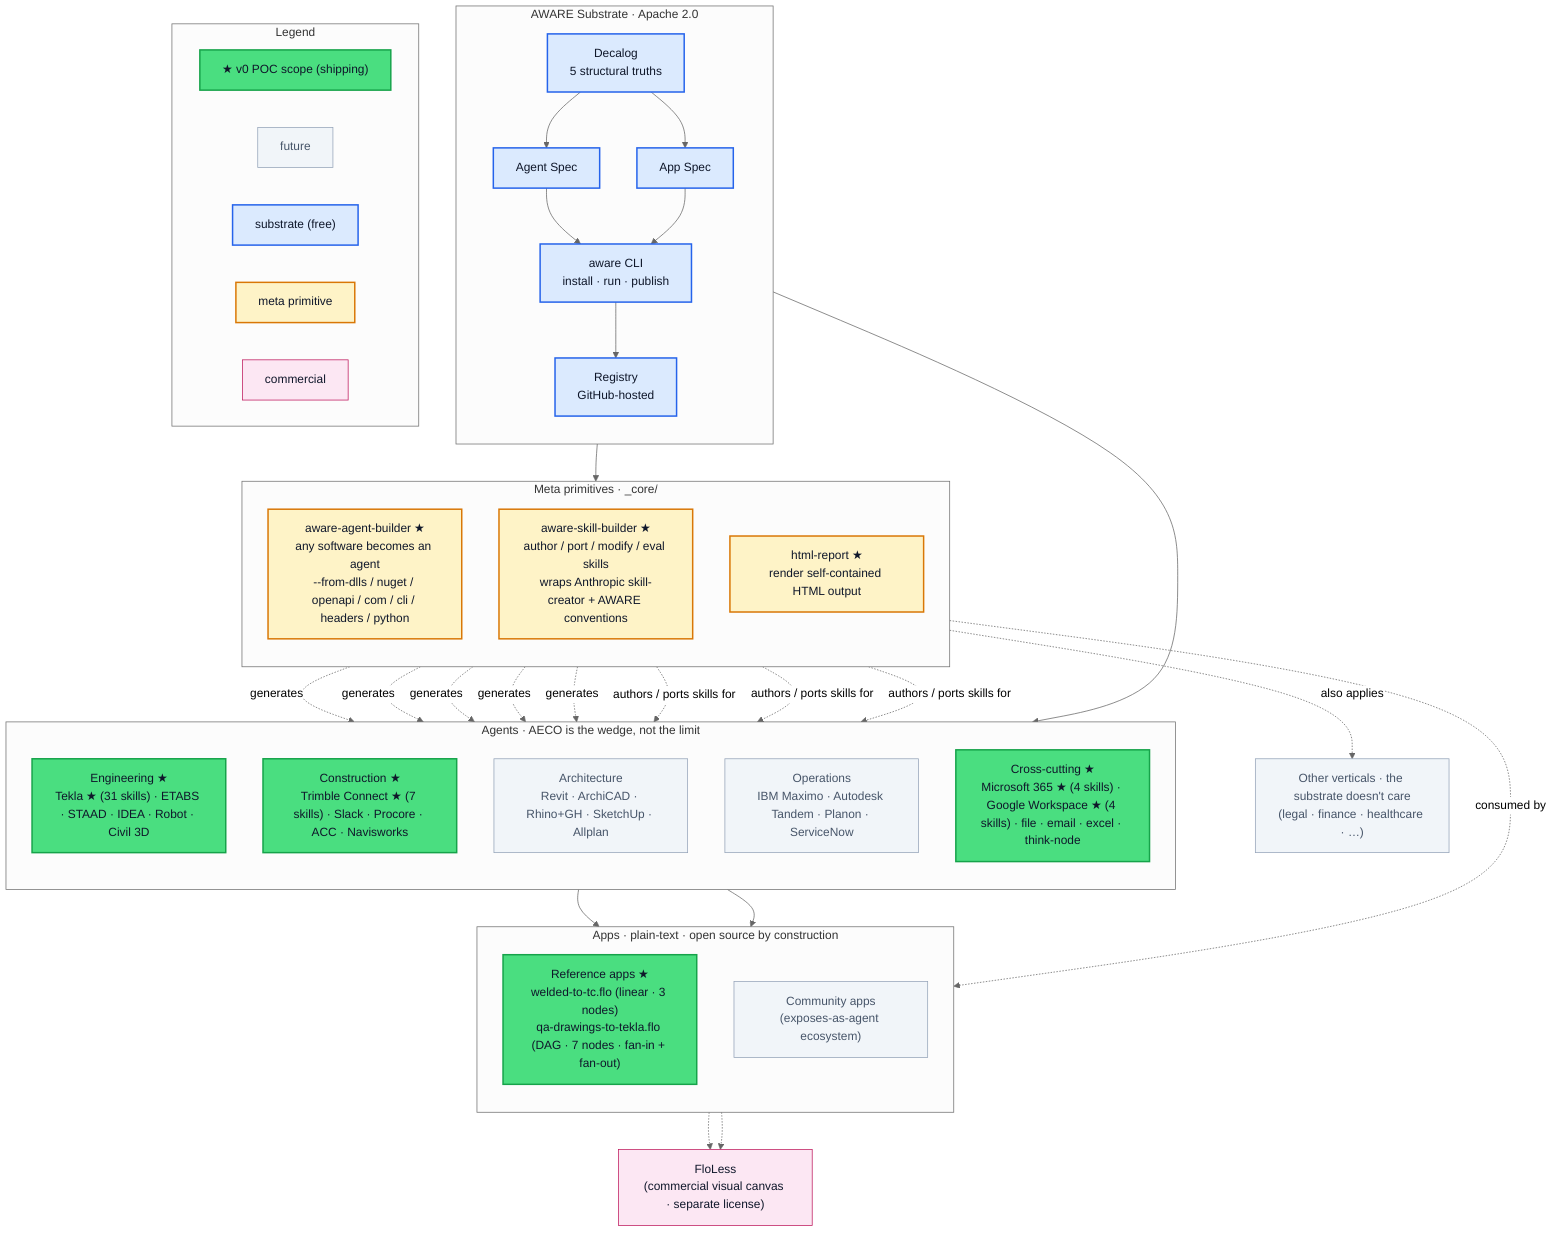
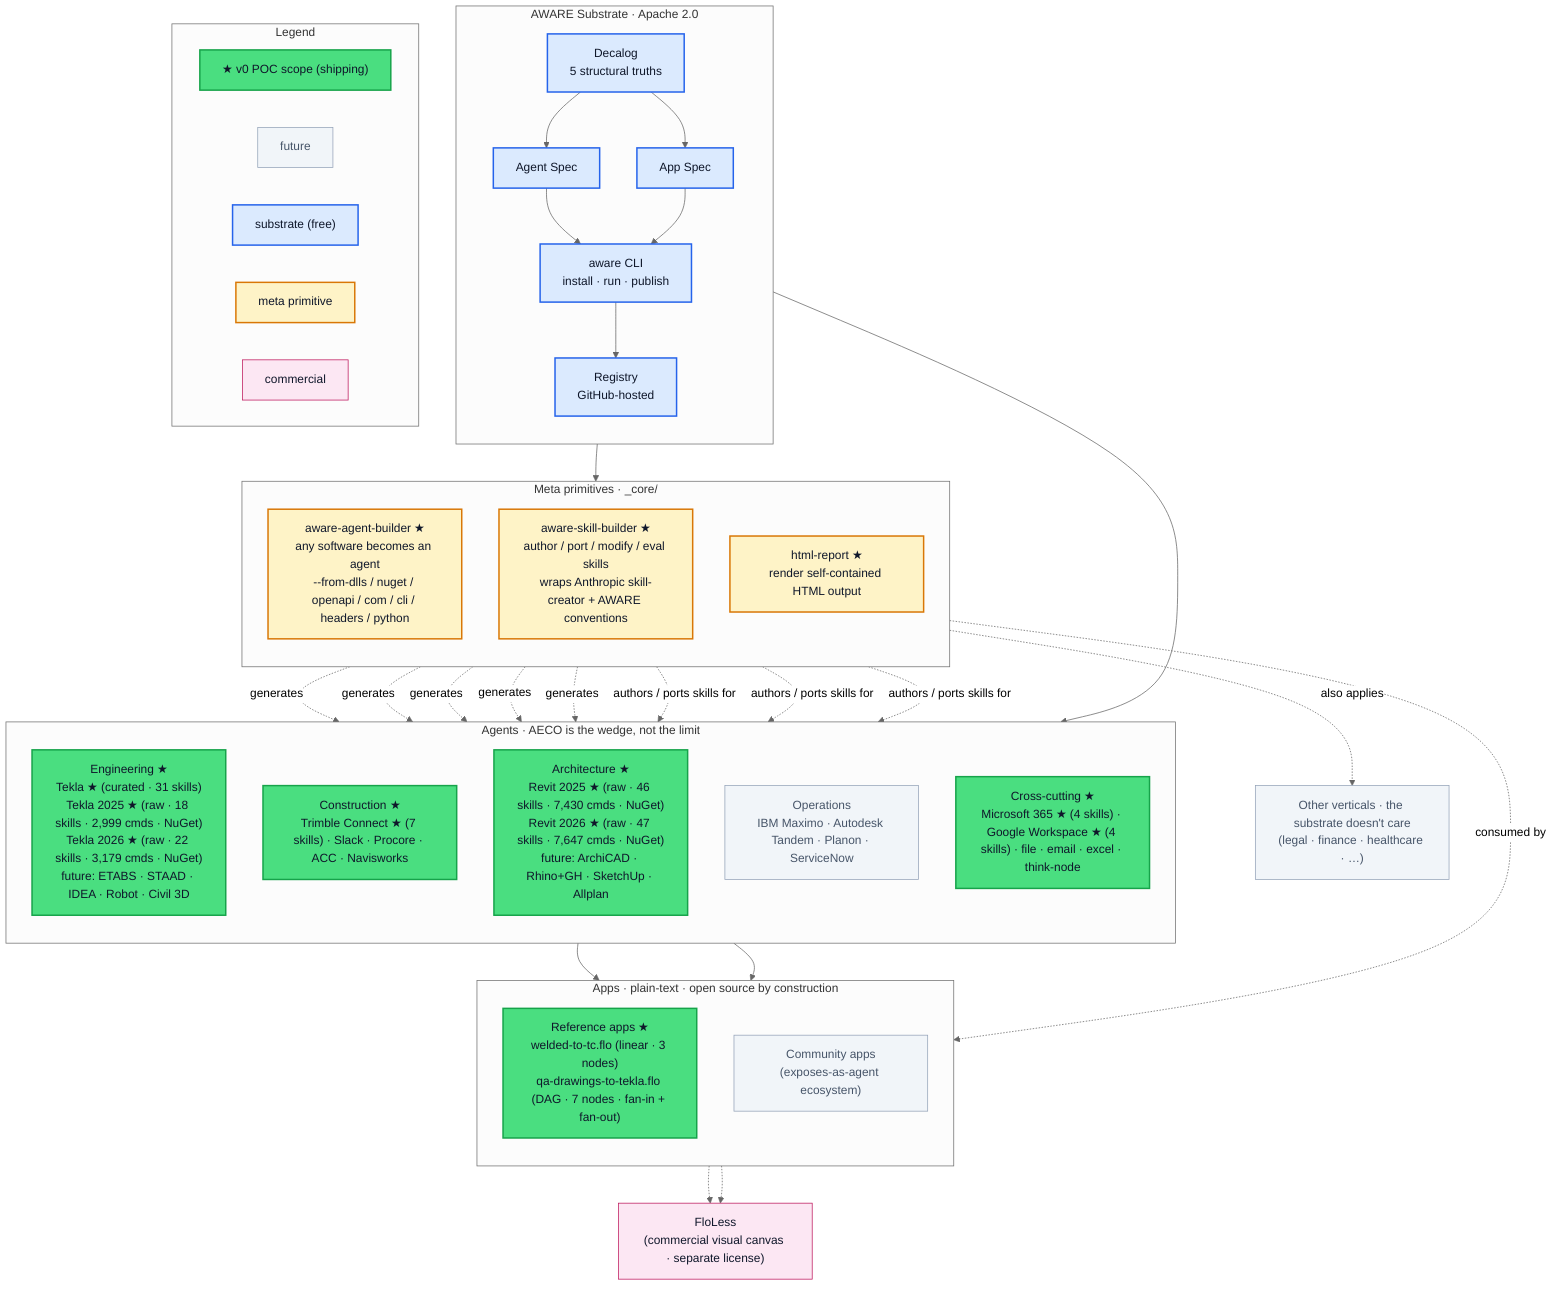
%%{init: {'theme':'neutral'}}%%
graph TB

  %% =========================================================
  %% Style classes
  %% =========================================================
  classDef poc        fill:#4ade80,stroke:#16a34a,color:#0f172a,stroke-width:2px
  classDef future     fill:#f1f5f9,stroke:#94a3b8,color:#475569
  classDef substrate  fill:#dbeafe,stroke:#2563eb,color:#0f172a,stroke-width:2px
  classDef meta       fill:#fef3c7,stroke:#d97706,color:#0f172a,stroke-width:2px
  classDef app        fill:#e0e7ff,stroke:#6366f1,color:#0f172a
  classDef commercial fill:#fce7f3,stroke:#be185d,color:#0f172a

  %% =========================================================
  %% Substrate · Apache 2.0
  %% =========================================================
  subgraph SUB["AWARE Substrate · Apache 2.0"]
    direction TB
    Decalog["Decalog<br/>5 structural truths"]:::substrate
    AgentSpec["Agent Spec"]:::substrate
    AppSpec["App Spec"]:::substrate
    CLI["aware CLI<br/>install · run · publish"]:::substrate
    Registry["Registry<br/>GitHub-hosted"]:::substrate

    Decalog --> AgentSpec
    Decalog --> AppSpec
    AgentSpec --> CLI
    AppSpec --> CLI
    CLI --> Registry
  end

  %% =========================================================
  %% Meta primitives — under _core/
  %% =========================================================
  subgraph META["Meta primitives · _core/"]
    direction TB
    Builder["aware-agent-builder ★<br/>any software becomes an agent<br/>--from-dlls / nuget / openapi / com / cli / headers / python"]:::meta
    SkillBuilder["aware-skill-builder ★<br/>author / port / modify / eval skills<br/>wraps Anthropic skill-creator + AWARE conventions"]:::meta
    HtmlReport["html-report ★<br/>render self-contained HTML output"]:::meta
  end

  %% =========================================================
  %% Agents · AECO (the wedge)
  %% =========================================================
  subgraph AGENTS["Agents · AECO is the wedge, not the limit"]
    direction TB

-     Eng["Engineering ★<br/>Tekla ★ (31 skills) · ETABS · STAAD · IDEA · Robot · Civil 3D"]:::poc
+     Eng["Engineering ★<br/>Tekla ★ (curated · 31 skills)<br/>Tekla 2025 ★ (raw · 18 skills · 2,999 cmds · NuGet)<br/>Tekla 2026 ★ (raw · 22 skills · 3,179 cmds · NuGet)<br/>future: ETABS · STAAD · IDEA · Robot · Civil 3D"]:::poc
    Cons["Construction ★<br/>Trimble Connect ★ (7 skills) · Slack · Procore · ACC · Navisworks"]:::poc
-     Arch["Architecture<br/>Revit · ArchiCAD · Rhino+GH · SketchUp · Allplan"]:::future
+     Arch["Architecture ★<br/>Revit 2025 ★ (raw · 46 skills · 7,430 cmds · NuGet)<br/>Revit 2026 ★ (raw · 47 skills · 7,647 cmds · NuGet)<br/>future: ArchiCAD · Rhino+GH · SketchUp · Allplan"]:::poc
    Ops["Operations<br/>IBM Maximo · Autodesk Tandem · Planon · ServiceNow"]:::future
    Cross["Cross-cutting ★<br/>Microsoft 365 ★ (4 skills) · Google Workspace ★ (4 skills) · file · email · excel · think-node"]:::poc
  end

  Other["Other verticals · the substrate doesn't care<br/>(legal · finance · healthcare · …)"]:::future

  %% =========================================================
  %% Apps · plain-text compositions
  %% =========================================================
  subgraph APPS["Apps · plain-text · open source by construction"]
    direction TB
    Refs["Reference apps ★<br/>welded-to-tc.flo (linear · 3 nodes)<br/>qa-drawings-to-tekla.flo (DAG · 7 nodes · fan-in + fan-out)"]:::poc
    Community["Community apps<br/>(exposes-as-agent ecosystem)"]:::future
  end

  %% =========================================================
  %% Commercial layer
  %% =========================================================
  FloLess["FloLess<br/>(commercial visual canvas · separate license)"]:::commercial

  %% =========================================================
  %% Wiring
  %% =========================================================
  Registry --> META
  Registry --> AGENTS

  Builder -. generates .-> Eng
  Builder -. generates .-> Cons
  Builder -. generates .-> Cross
  Builder -. generates .-> Arch
  Builder -. generates .-> Ops
  Builder -. also applies .-> Other

  SkillBuilder -. authors / ports skills for .-> Eng
  SkillBuilder -. authors / ports skills for .-> Cons
  SkillBuilder -. authors / ports skills for .-> Cross

  AGENTS --> Refs
  AGENTS --> Community
  HtmlReport -. consumed by .-> Refs

  Refs -.-> FloLess
  Community -.-> FloLess

  %% =========================================================
  %% Legend
  %% =========================================================
  subgraph LEGEND["Legend"]
    direction LR
    LegPoc["★ v0 POC scope (shipping)"]:::poc
    LegFut["future"]:::future
    LegSub["substrate (free)"]:::substrate
    LegMeta["meta primitive"]:::meta
    LegComm["commercial"]:::commercial
  end
